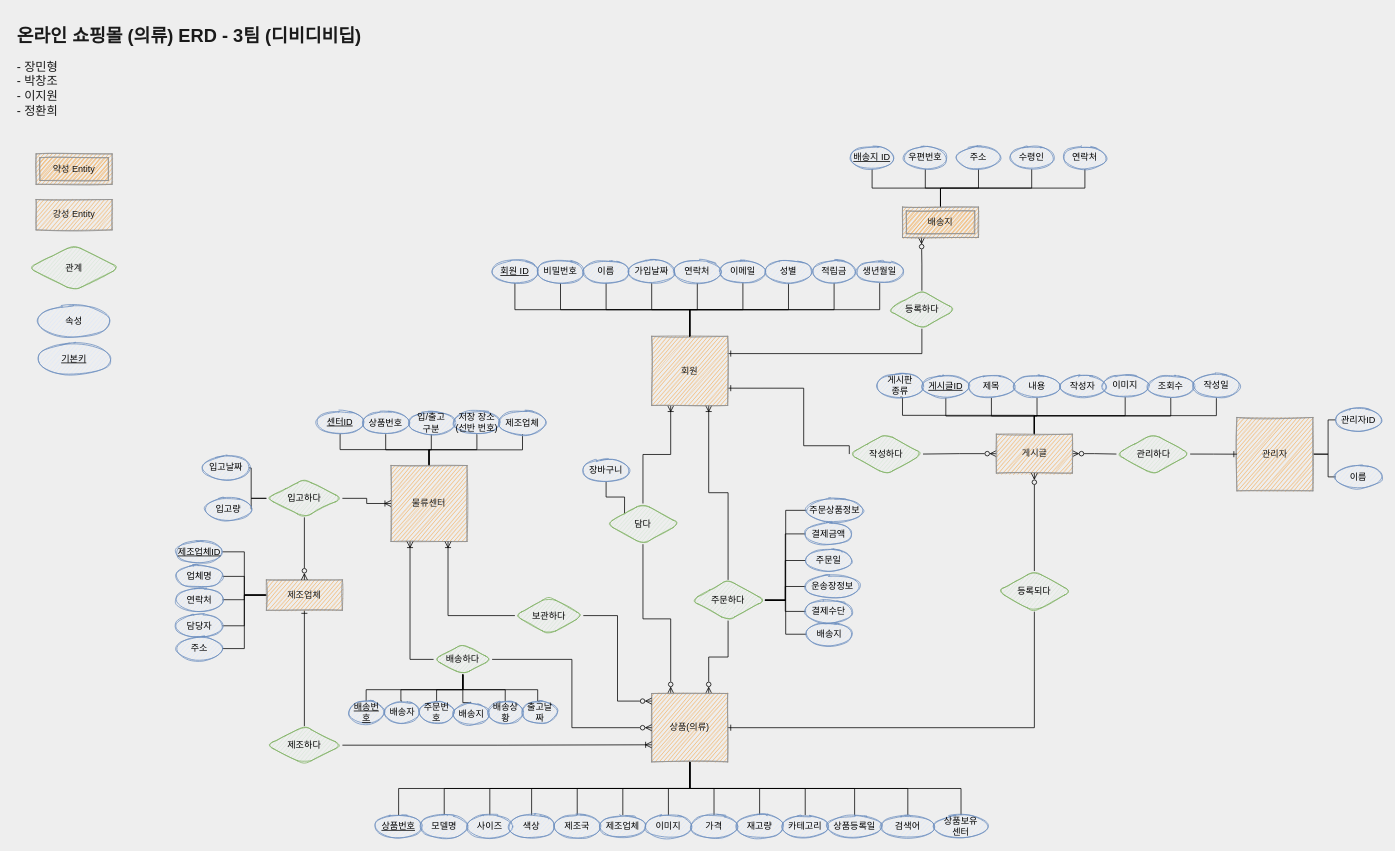
Above: page "새로만든ER" (3 of 3) of Untitled Diagram.drawio in pcjo1202/DataBase-design (draw.io), before the change. Source tidied: cells renumbered, new cells numbered last; positions are measured from the earlier drawing's top-left corner, leaving out a move shared by most shapes. Both pictures are drawn from the tidied source at 76%, with x=0, y=0 at pixel (13, 21).
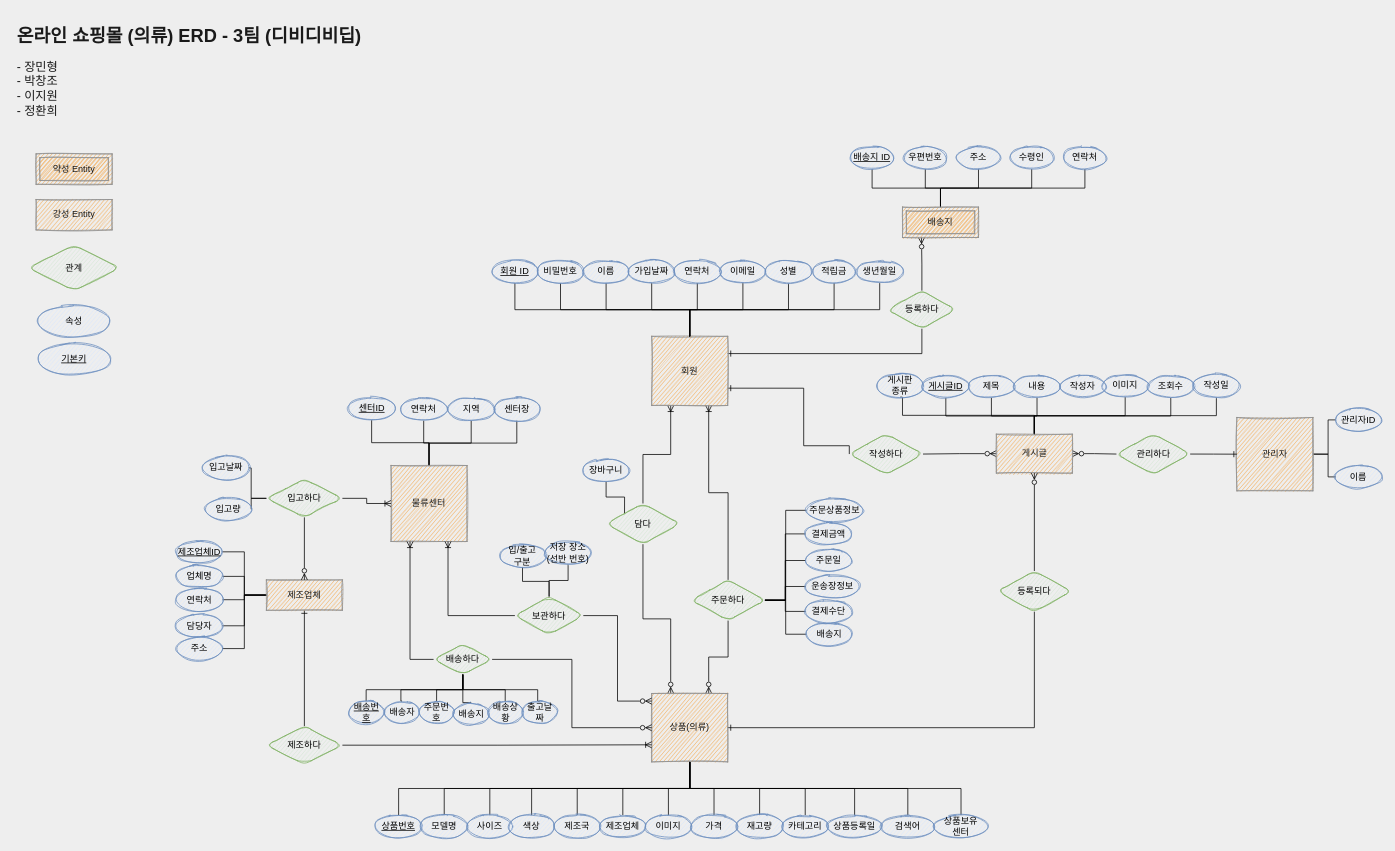
The same diagram, later.

Commit message:
물류센터 속성 변경, (보관하다)관계 속성 추가

The change refers to these unchanged cells:
```xml
<mxCell id="65" value="물류센터" style="whiteSpace=wrap;html=1;align=center;rounded=0;sketch=1;fontColor=#1A1A1A;strokeColor=#909090;fillColor=#F5AB50;" parent="1" vertex="1">
  <mxGeometry x="497" y="585" width="100" height="100" as="geometry" />
</mxCell>
<mxCell id="73" value="보관하다" style="shape=rhombus;perimeter=rhombusPerimeter;whiteSpace=wrap;html=1;align=center;fillColor=#d5e8d4;strokeColor=#82b366;sketch=1;rounded=1;" parent="1" vertex="1">
  <mxGeometry x="660" y="757.5" width="90" height="50" as="geometry" />
</mxCell>
```

Change to the diagram source:
```diff
@@
-    <mxCell id="61" style="edgeStyle=orthogonalEdgeStyle;rounded=0;jettySize=auto;html=1;exitX=0.5;exitY=0;exitDx=0;exitDy=0;entryX=0.5;entryY=1;entryDx=0;entryDy=0;startArrow=none;startFill=0;endArrow=none;endFill=0;" parent="1" edge="1" source="65" target="142">
-      <mxGeometry relative="1" as="geometry" />
-    </mxCell>
-    <mxCell id="62" style="edgeStyle=orthogonalEdgeStyle;rounded=0;jettySize=auto;html=1;exitX=0.5;exitY=0;exitDx=0;exitDy=0;entryX=0.5;entryY=1;entryDx=0;entryDy=0;startArrow=none;startFill=0;endArrow=none;endFill=0;" parent="1" edge="1" source="65" target="144">
-      <mxGeometry relative="1" as="geometry" />
-    </mxCell>
-    <mxCell id="63" style="edgeStyle=orthogonalEdgeStyle;rounded=0;jettySize=auto;html=1;exitX=0.5;exitY=0;exitDx=0;exitDy=0;entryX=0.5;entryY=1;entryDx=0;entryDy=0;startArrow=none;startFill=0;endArrow=none;endFill=0;" parent="1" edge="1" source="65" target="145">
-      <mxGeometry relative="1" as="geometry" />
-    </mxCell>
     <mxCell id="64" style="edgeStyle=orthogonalEdgeStyle;rounded=0;jettySize=auto;html=1;exitX=0.5;exitY=0;exitDx=0;exitDy=0;entryX=0.5;entryY=1;entryDx=0;entryDy=0;startArrow=none;startFill=0;endArrow=none;endFill=0;" parent="1" edge="1" source="65" target="140">
-      <mxGeometry relative="1" as="geometry" />
+      <mxGeometry relative="1" as="geometry">
+        <Array as="points">
+          <mxPoint x="547" y="555" />
+          <mxPoint x="471" y="555" />
+        </Array>
+      </mxGeometry>
     </mxCell>
+    <mxCell id="170" style="edgeStyle=orthogonalEdgeStyle;rounded=0;jettySize=auto;html=1;exitX=0.5;exitY=0;exitDx=0;exitDy=0;endArrow=none;endFill=0;entryX=0.5;entryY=1;entryDx=0;entryDy=0;" parent="1" edge="1" source="65" target="174">
+      <mxGeometry relative="1" as="geometry" />
+    </mxCell>
+    <mxCell id="171" style="edgeStyle=orthogonalEdgeStyle;rounded=0;jettySize=auto;html=1;exitX=0.5;exitY=0;exitDx=0;exitDy=0;entryX=0.5;entryY=1;entryDx=0;entryDy=0;endArrow=none;endFill=0;" parent="1" edge="1" source="65" target="175">
+      <mxGeometry relative="1" as="geometry" />
+    </mxCell>
@@
+    <mxCell id="172" style="edgeStyle=orthogonalEdgeStyle;rounded=0;jettySize=auto;html=1;exitX=0.5;exitY=0;exitDx=0;exitDy=0;entryX=0.5;entryY=1;entryDx=0;entryDy=0;endArrow=none;endFill=0;" parent="1" edge="1" source="73" target="142">
+      <mxGeometry relative="1" as="geometry" />
+    </mxCell>
+    <mxCell id="173" style="edgeStyle=orthogonalEdgeStyle;rounded=0;jettySize=auto;html=1;exitX=0.5;exitY=0;exitDx=0;exitDy=0;entryX=0.5;entryY=1;entryDx=0;entryDy=0;endArrow=none;endFill=0;" parent="1" edge="1" source="73" target="144">
+      <mxGeometry relative="1" as="geometry" />
+    </mxCell>
@@
     <mxCell id="140" value="센터ID" style="ellipse;whiteSpace=wrap;html=1;align=center;fontStyle=4;rounded=0;sketch=1;strokeColor=#6c8ebf;fillColor=#dae8fc;" parent="1" vertex="1">
-      <mxGeometry x="400" y="513.2" width="60" height="30" as="geometry" />
+      <mxGeometry x="441.5" y="495" width="60" height="30" as="geometry" />
     </mxCell>
-    <mxCell id="141" value="상품번호" style="ellipse;whiteSpace=wrap;html=1;align=center;rounded=0;sketch=1;strokeColor=#6c8ebf;fillColor=#dae8fc;" parent="1" vertex="1">
-      <mxGeometry x="460" y="513.8" width="60" height="30" as="geometry" />
+    <mxCell id="141" value="연락처" style="ellipse;whiteSpace=wrap;html=1;align=center;rounded=0;sketch=1;strokeColor=#6c8ebf;fillColor=#dae8fc;" parent="1" vertex="1">
+      <mxGeometry x="510" y="496" width="60" height="30" as="geometry" />
     </mxCell>
     <mxCell id="142" value="입/출고&lt;br&gt;구분" style="ellipse;whiteSpace=wrap;html=1;align=center;rounded=0;sketch=1;strokeColor=#6c8ebf;fillColor=#dae8fc;" parent="1" vertex="1">
-      <mxGeometry x="520" y="513.8" width="60" height="30" as="geometry" />
+      <mxGeometry x="640" y="688.5" width="60" height="30" as="geometry" />
     </mxCell>
@@
     <mxCell id="144" value="저장 장소&lt;br&gt;(선반 번호)" style="ellipse;whiteSpace=wrap;html=1;align=center;rounded=0;sketch=1;strokeColor=#6c8ebf;fillColor=#dae8fc;" parent="1" vertex="1">
-      <mxGeometry x="580" y="513.2" width="60" height="30" as="geometry" />
+      <mxGeometry x="700" y="685" width="60" height="30" as="geometry" />
     </mxCell>
-    <mxCell id="145" value="제조업체" style="ellipse;whiteSpace=wrap;html=1;align=center;rounded=0;sketch=1;strokeColor=#6c8ebf;fillColor=#dae8fc;" parent="1" vertex="1">
-      <mxGeometry x="640" y="513.8" width="60" height="30" as="geometry" />
-    </mxCell>
@@
+    <mxCell id="174" value="지역" style="ellipse;whiteSpace=wrap;html=1;align=center;rounded=0;sketch=1;strokeColor=#6c8ebf;fillColor=#dae8fc;" parent="1" vertex="1">
+      <mxGeometry x="572.5" y="496" width="60" height="30" as="geometry" />
+    </mxCell>
+    <mxCell id="175" value="센터장" style="ellipse;whiteSpace=wrap;html=1;align=center;rounded=0;sketch=1;strokeColor=#6c8ebf;fillColor=#dae8fc;" parent="1" vertex="1">
+      <mxGeometry x="632.5" y="496" width="60" height="30" as="geometry" />
+    </mxCell>
```
